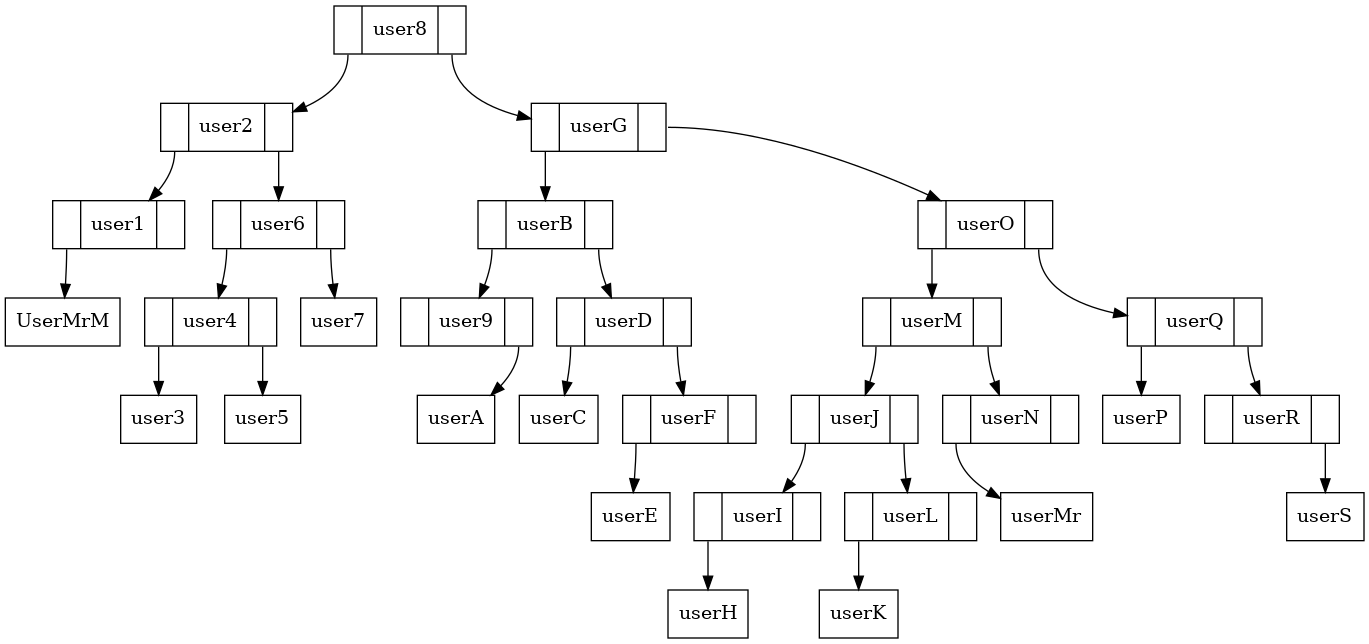
Earlier version of the Graphviz export GeneradorFiguras/ArbolUsuarios.png (froi0409/GeneradorImagenes). Its source is kept beside it as GeneradorFiguras/ArbolUsuarios.dot.
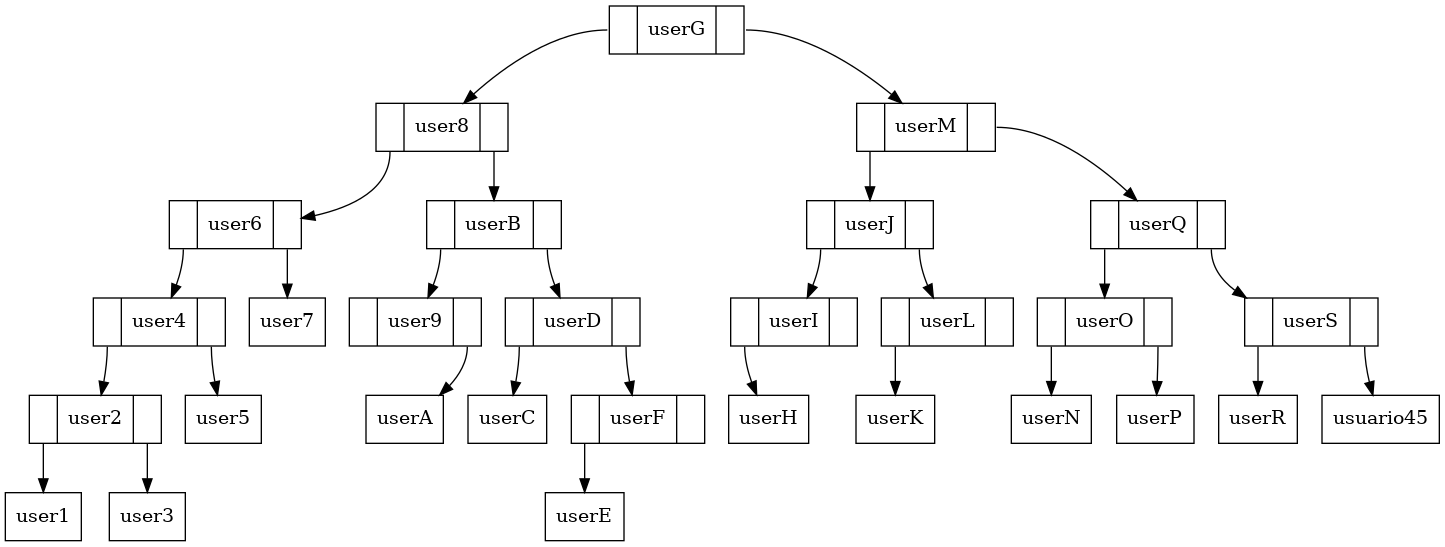
The same diagram one commit later.

Commit message:
Se ha corregido bug que impedia a un usuario ingresado desde la aplicación obtener imagenes nuevas

Change to the diagram source:
```diff
@@ -1,24 +1,22 @@
 digraph arbol {
 rankdir=TB
 node [shape = record]
+nodouserG [ label ="<C0>|userG|<C1>"];
 nodouser8 [ label ="<C0>|user8|<C1>"];
-nodouser2 [ label ="<C0>|user2|<C1>"];
-nodouser1 [ label ="<C0>|user1|<C1>"];
-nodoUserMrM [ label ="UserMrM"];
-nodouser1:C0->nodoUserMrM
-nodouser2:C0->nodouser1
 nodouser6 [ label ="<C0>|user6|<C1>"];
 nodouser4 [ label ="<C0>|user4|<C1>"];
+nodouser2 [ label ="<C0>|user2|<C1>"];
+nodouser1 [ label ="user1"];
+nodouser2:C0->nodouser1
 nodouser3 [ label ="user3"];
-nodouser4:C0->nodouser3
+nodouser2:C1->nodouser3
+nodouser4:C0->nodouser2
 nodouser5 [ label ="user5"];
 nodouser4:C1->nodouser5
 nodouser6:C0->nodouser4
 nodouser7 [ label ="user7"];
 nodouser6:C1->nodouser7
-nodouser2:C1->nodouser6
-nodouser8:C0->nodouser2
-nodouserG [ label ="<C0>|userG|<C1>"];
+nodouser8:C0->nodouser6
 nodouserB [ label ="<C0>|userB|<C1>"];
 nodouser9 [ label ="<C0>|user9|<C1>"];
 nodouserA [ label ="userA"];
@@ -32,8 +30,8 @@
 nodouserF:C0->nodouserE
 nodouserD:C1->nodouserF
 nodouserB:C1->nodouserD
-nodouserG:C0->nodouserB
-nodouserO [ label ="<C0>|userO|<C1>"];
+nodouser8:C1->nodouserB
+nodouserG:C0->nodouser8
 nodouserM [ label ="<C0>|userM|<C1>"];
 nodouserJ [ label ="<C0>|userJ|<C1>"];
 nodouserI [ label ="<C0>|userI|<C1>"];
@@ -45,19 +43,19 @@
 nodouserL:C0->nodouserK
 nodouserJ:C1->nodouserL
 nodouserM:C0->nodouserJ
-nodouserN [ label ="<C0>|userN|<C1>"];
-nodouserMr [ label ="userMr"];
-nodouserN:C0->nodouserMr
-nodouserM:C1->nodouserN
-nodouserO:C0->nodouserM
 nodouserQ [ label ="<C0>|userQ|<C1>"];
+nodouserO [ label ="<C0>|userO|<C1>"];
+nodouserN [ label ="userN"];
+nodouserO:C0->nodouserN
 nodouserP [ label ="userP"];
-nodouserQ:C0->nodouserP
-nodouserR [ label ="<C0>|userR|<C1>"];
-nodouserS [ label ="userS"];
-nodouserR:C1->nodouserS
-nodouserQ:C1->nodouserR
-nodouserO:C1->nodouserQ
-nodouserG:C1->nodouserO
-nodouser8:C1->nodouserG
+nodouserO:C1->nodouserP
+nodouserQ:C0->nodouserO
+nodouserS [ label ="<C0>|userS|<C1>"];
+nodouserR [ label ="userR"];
+nodouserS:C0->nodouserR
+nodousuario45 [ label ="usuario45"];
+nodouserS:C1->nodousuario45
+nodouserQ:C1->nodouserS
+nodouserM:C1->nodouserQ
+nodouserG:C1->nodouserM
 }
```
